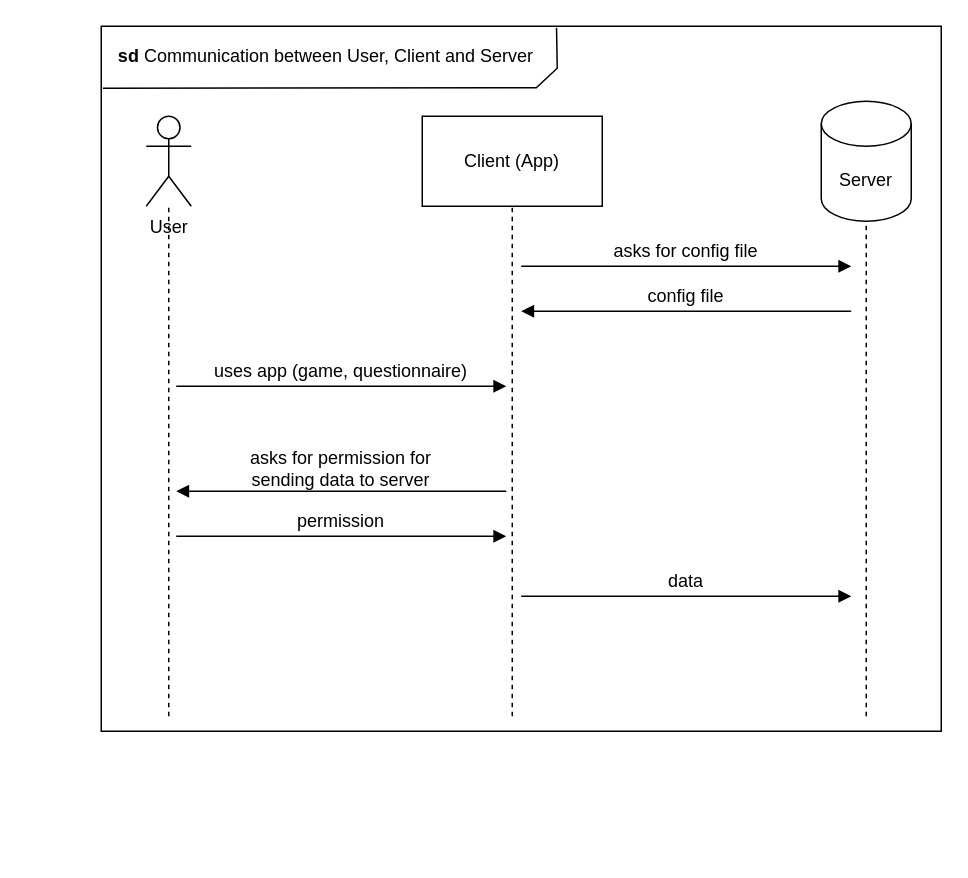
Above: sq_user_client_server.drawio in teamulster2/report (draw.io), before the change. Source tidied: cells renumbered, new cells numbered last; positions are measured from the earlier drawing's top-left corner, leaving out a move shared by most shapes. Both pictures are drawn from the tidied source at 150%, with x=0, y=0 at pixel (100, 26).
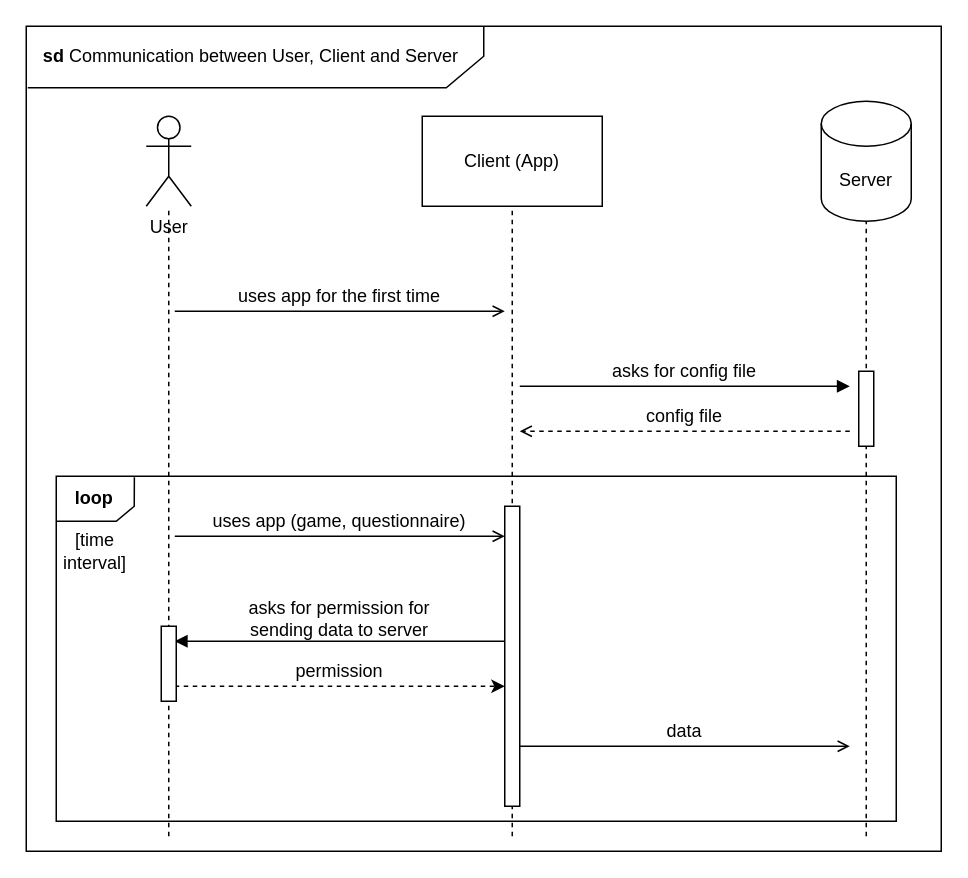
Above is the later version.

Commit message (it also covers changes not shown here):
[issue/1] - Add loop and execution sequenz and refactored arows

Unchanged cells that the change refers to:
```xml
<mxCell id="3" value="Client (App)" style="rounded=0;whiteSpace=wrap;html=1;fillColor=none;" parent="1" vertex="1">
  <mxGeometry x="214" y="60" width="120" height="60" as="geometry" />
</mxCell>
<mxCell id="4" value="&lt;div&gt;User&lt;/div&gt;" style="shape=umlActor;verticalLabelPosition=bottom;verticalAlign=top;html=1;outlineConnect=0;fillColor=none;" parent="1" vertex="1">
  <mxGeometry x="30" y="60" width="30" height="60" as="geometry" />
</mxCell>
<mxCell id="5" value="Server" style="shape=cylinder3;whiteSpace=wrap;html=1;boundedLbl=1;backgroundOutline=1;size=15;fillColor=none;" parent="1" vertex="1">
  <mxGeometry x="480" y="50" width="60" height="80" as="geometry" />
</mxCell>
```

The edit, as a diff of the source:
```diff
@@
     <mxCell id="2" style="rounded=0;whiteSpace=wrap;html=1;fillColor=none;" parent="1" vertex="1">
-      <mxGeometry width="560" height="470" as="geometry" />
+      <mxGeometry x="-50" width="610" height="550" as="geometry" />
     </mxCell>
+    <mxCell id="23" style="rounded=0;whiteSpace=wrap;html=1;fillColor=none;" parent="1" vertex="1">
+      <mxGeometry x="-30" y="300" width="560" height="230" as="geometry" />
+    </mxCell>
+    <mxCell id="24" style="endArrow=none;html=1;rounded=0;entryX=0.093;entryY=0.003;entryDx=0;entryDy=0;entryPerimeter=0;" parent="1" edge="1" target="23">
+      <mxGeometry relative="1" as="geometry">
+        <mxPoint x="-30" y="330" as="sourcePoint" />
+        <Array as="points">
+          <mxPoint x="10" y="330" />
+          <mxPoint x="22" y="320" />
+        </Array>
+      </mxGeometry>
+    </mxCell>
+    <mxCell id="25" value="&lt;font style=&quot;font-size: 12px&quot;&gt;&lt;b&gt;loop&lt;/b&gt;&lt;/font&gt;" style="text;html=1;strokeColor=none;fillColor=none;align=center;verticalAlign=middle;whiteSpace=wrap;rounded=0;" parent="1" vertex="1">
+      <mxGeometry x="-20" y="305" width="31" height="20" as="geometry" />
+    </mxCell>
@@
-    <mxCell id="6" style="endArrow=none;dashed=1;html=1;" parent="1" edge="1">
+    <mxCell id="6" style="endArrow=none;dashed=1;html=1;" parent="1" edge="1" target="4">
       <mxGeometry relative="1" as="geometry">
-        <mxPoint x="45" y="460" as="sourcePoint" />
-        <mxPoint x="45" y="120" as="targetPoint" />
+        <mxPoint x="45" y="540" as="sourcePoint" />
       </mxGeometry>
     </mxCell>
-    <mxCell id="7" style="endArrow=none;dashed=1;html=1;entryX=0.5;entryY=1;entryDx=0;entryDy=0;" parent="1" edge="1" target="3">
-      <mxGeometry relative="1" as="geometry">
-        <mxPoint x="274" y="460" as="sourcePoint" />
-      </mxGeometry>
-    </mxCell>
-    <mxCell id="8" style="endArrow=none;dashed=1;html=1;entryX=0.5;entryY=1;entryDx=0;entryDy=0;entryPerimeter=0;" parent="1" edge="1" target="5">
-      <mxGeometry relative="1" as="geometry">
-        <mxPoint x="510" y="460" as="sourcePoint" />
-        <Array as="points">
-          <mxPoint x="510" y="330" />
-          <mxPoint x="510" y="260" />
-        </Array>
-      </mxGeometry>
-    </mxCell>
-    <mxCell id="9" style="endArrow=block;html=1;endFill=1;" parent="1" edge="1">
+    <mxCell id="9" style="endArrow=classic;html=1;endFill=1;dashed=1;" parent="1" edge="1">
       <mxGeometry relative="1" as="geometry">
-        <mxPoint x="50" y="340" as="sourcePoint" />
-        <mxPoint x="270" y="340" as="targetPoint" />
+        <mxPoint x="49" y="440" as="sourcePoint" />
+        <mxPoint x="269" y="440" as="targetPoint" />
       </mxGeometry>
     </mxCell>
     <mxCell id="10" style="endArrow=block;html=1;endFill=1;" parent="1" edge="1">
       <mxGeometry relative="1" as="geometry">
-        <mxPoint x="270" y="310" as="sourcePoint" />
-        <mxPoint x="50" y="310" as="targetPoint" />
+        <mxPoint x="269" y="410" as="sourcePoint" />
+        <mxPoint x="49" y="410" as="targetPoint" />
       </mxGeometry>
     </mxCell>
     <mxCell id="11" value="asks for permission for sending data to server" style="text;html=1;strokeColor=none;fillColor=none;align=center;verticalAlign=middle;whiteSpace=wrap;rounded=0;" parent="1" vertex="1">
-      <mxGeometry x="90" y="280" width="140" height="30" as="geometry" />
+      <mxGeometry x="89" y="380" width="140" height="30" as="geometry" />
     </mxCell>
     <mxCell id="12" value="permission" style="text;html=1;strokeColor=none;fillColor=none;align=center;verticalAlign=middle;whiteSpace=wrap;rounded=0;" parent="1" vertex="1">
-      <mxGeometry x="90" y="320" width="140" height="20" as="geometry" />
+      <mxGeometry x="89" y="420" width="140" height="20" as="geometry" />
     </mxCell>
     <mxCell id="13" style="endArrow=block;html=1;endFill=1;" parent="1" edge="1">
       <mxGeometry relative="1" as="geometry">
-        <mxPoint x="280" y="160" as="sourcePoint" />
-        <mxPoint x="500" y="160" as="targetPoint" />
+        <mxPoint x="279" y="240" as="sourcePoint" />
+        <mxPoint x="499" y="240" as="targetPoint" />
       </mxGeometry>
     </mxCell>
-    <mxCell id="14" style="endArrow=block;html=1;endFill=1;" parent="1" edge="1">
+    <mxCell id="14" style="endArrow=open;html=1;endFill=0;dashed=1;" parent="1" edge="1">
       <mxGeometry relative="1" as="geometry">
-        <mxPoint x="500" y="190" as="sourcePoint" />
-        <mxPoint x="280" y="190" as="targetPoint" />
+        <mxPoint x="499" y="270" as="sourcePoint" />
+        <mxPoint x="279" y="270" as="targetPoint" />
       </mxGeometry>
     </mxCell>
     <mxCell id="15" value="config file" style="text;html=1;strokeColor=none;fillColor=none;align=center;verticalAlign=middle;whiteSpace=wrap;rounded=0;" parent="1" vertex="1">
-      <mxGeometry x="320" y="170" width="140" height="20" as="geometry" />
+      <mxGeometry x="319" y="250" width="140" height="20" as="geometry" />
     </mxCell>
     <mxCell id="16" value="asks for config file" style="text;html=1;strokeColor=none;fillColor=none;align=center;verticalAlign=middle;whiteSpace=wrap;rounded=0;" parent="1" vertex="1">
-      <mxGeometry x="320" y="140" width="140" height="20" as="geometry" />
+      <mxGeometry x="319" y="220" width="140" height="20" as="geometry" />
     </mxCell>
-    <mxCell id="17" style="endArrow=block;html=1;endFill=1;" parent="1" edge="1">
+    <mxCell id="17" style="endArrow=open;html=1;endFill=0;" parent="1" edge="1">
       <mxGeometry relative="1" as="geometry">
-        <mxPoint x="50" y="240" as="sourcePoint" />
-        <mxPoint x="270" y="240" as="targetPoint" />
+        <mxPoint x="49" y="340" as="sourcePoint" />
+        <mxPoint x="269" y="340" as="targetPoint" />
       </mxGeometry>
     </mxCell>
     <mxCell id="18" value="uses app (game, questionnaire)" style="text;html=1;strokeColor=none;fillColor=none;align=center;verticalAlign=middle;whiteSpace=wrap;rounded=0;" parent="1" vertex="1">
-      <mxGeometry x="70" y="220" width="180" height="20" as="geometry" />
+      <mxGeometry x="69" y="320" width="180" height="20" as="geometry" />
     </mxCell>
-    <mxCell id="19" style="endArrow=block;html=1;endFill=1;" parent="1" edge="1">
+    <mxCell id="19" style="endArrow=open;html=1;endFill=0;" parent="1" edge="1">
       <mxGeometry relative="1" as="geometry">
-        <mxPoint x="280" y="380" as="sourcePoint" />
-        <mxPoint x="500" y="380" as="targetPoint" />
+        <mxPoint x="279" y="480" as="sourcePoint" />
+        <mxPoint x="499" y="480" as="targetPoint" />
       </mxGeometry>
     </mxCell>
     <mxCell id="20" value="data" style="text;html=1;strokeColor=none;fillColor=none;align=center;verticalAlign=middle;whiteSpace=wrap;rounded=0;" parent="1" vertex="1">
-      <mxGeometry x="320" y="360" width="140" height="20" as="geometry" />
+      <mxGeometry x="319" y="460" width="140" height="20" as="geometry" />
     </mxCell>
-    <mxCell id="21" style="endArrow=none;html=1;entryX=0.542;entryY=0.002;entryDx=0;entryDy=0;exitX=0.002;exitY=0.088;exitDx=0;exitDy=0;exitPerimeter=0;rounded=0;entryPerimeter=0;" parent="1" edge="1" source="2" target="2">
+    <mxCell id="21" style="endArrow=none;html=1;entryX=0.5;entryY=0;entryDx=0;entryDy=0;rounded=0;" parent="1" edge="1" target="2">
       <mxGeometry relative="1" as="geometry">
+        <mxPoint x="-49" y="41" as="sourcePoint" />
         <Array as="points">
-          <mxPoint x="290" y="41" />
-          <mxPoint x="304" y="28" />
+          <mxPoint x="230" y="41" />
+          <mxPoint x="255" y="20" />
         </Array>
       </mxGeometry>
     </mxCell>
     <mxCell id="22" value="&lt;font style=&quot;font-size: 12px&quot;&gt;&lt;b&gt;sd&lt;/b&gt; &lt;font style=&quot;font-size: 12px&quot;&gt;Communication between User, Client and Server&lt;/font&gt;&lt;/font&gt;" style="text;html=1;strokeColor=none;fillColor=none;align=center;verticalAlign=middle;whiteSpace=wrap;rounded=0;" parent="1" vertex="1">
-      <mxGeometry x="10" y="10" width="280" height="20" as="geometry" />
+      <mxGeometry x="-40" y="10" width="280" height="20" as="geometry" />
     </mxCell>
+    <mxCell id="26" style="endArrow=none;dashed=1;html=1;entryX=0.5;entryY=1;entryDx=0;entryDy=0;entryPerimeter=0;" parent="1" edge="1" target="5">
+      <mxGeometry relative="1" as="geometry">
+        <mxPoint x="510" y="540" as="sourcePoint" />
+        <Array as="points">
+          <mxPoint x="510" y="350" />
+        </Array>
+      </mxGeometry>
+    </mxCell>
+    <mxCell id="27" style="endArrow=open;html=1;endFill=0;" parent="1" edge="1">
+      <mxGeometry relative="1" as="geometry">
+        <mxPoint x="49" y="190" as="sourcePoint" />
+        <mxPoint x="269" y="190" as="targetPoint" />
+      </mxGeometry>
+    </mxCell>
+    <mxCell id="28" value="uses app for the first time" style="text;html=1;strokeColor=none;fillColor=none;align=center;verticalAlign=middle;whiteSpace=wrap;rounded=0;" parent="1" vertex="1">
+      <mxGeometry x="69" y="170" width="180" height="20" as="geometry" />
+    </mxCell>
+    <mxCell id="29" style="rounded=0;whiteSpace=wrap;html=1;fillColor=#FFFFFF;" parent="1" vertex="1">
+      <mxGeometry x="505" y="230" width="10" height="50" as="geometry" />
+    </mxCell>
+    <mxCell id="30" style="endArrow=none;dashed=1;html=1;entryX=0.5;entryY=1;entryDx=0;entryDy=0;" parent="1" edge="1" target="3">
+      <mxGeometry relative="1" as="geometry">
+        <mxPoint x="274" y="540" as="sourcePoint" />
+      </mxGeometry>
+    </mxCell>
+    <mxCell id="31" style="rounded=0;whiteSpace=wrap;html=1;" parent="1" vertex="1">
+      <mxGeometry x="40" y="400" width="10" height="50" as="geometry" />
+    </mxCell>
+    <mxCell id="32" style="rounded=0;whiteSpace=wrap;html=1;" parent="1" vertex="1">
+      <mxGeometry x="269" y="320" width="10" height="200" as="geometry" />
+    </mxCell>
+    <mxCell id="33" value="[time interval]" style="text;html=1;strokeColor=none;fillColor=none;align=center;verticalAlign=middle;whiteSpace=wrap;rounded=0;" parent="1" vertex="1">
+      <mxGeometry x="-24.5" y="340" width="40" height="20" as="geometry" />
+    </mxCell>
```
